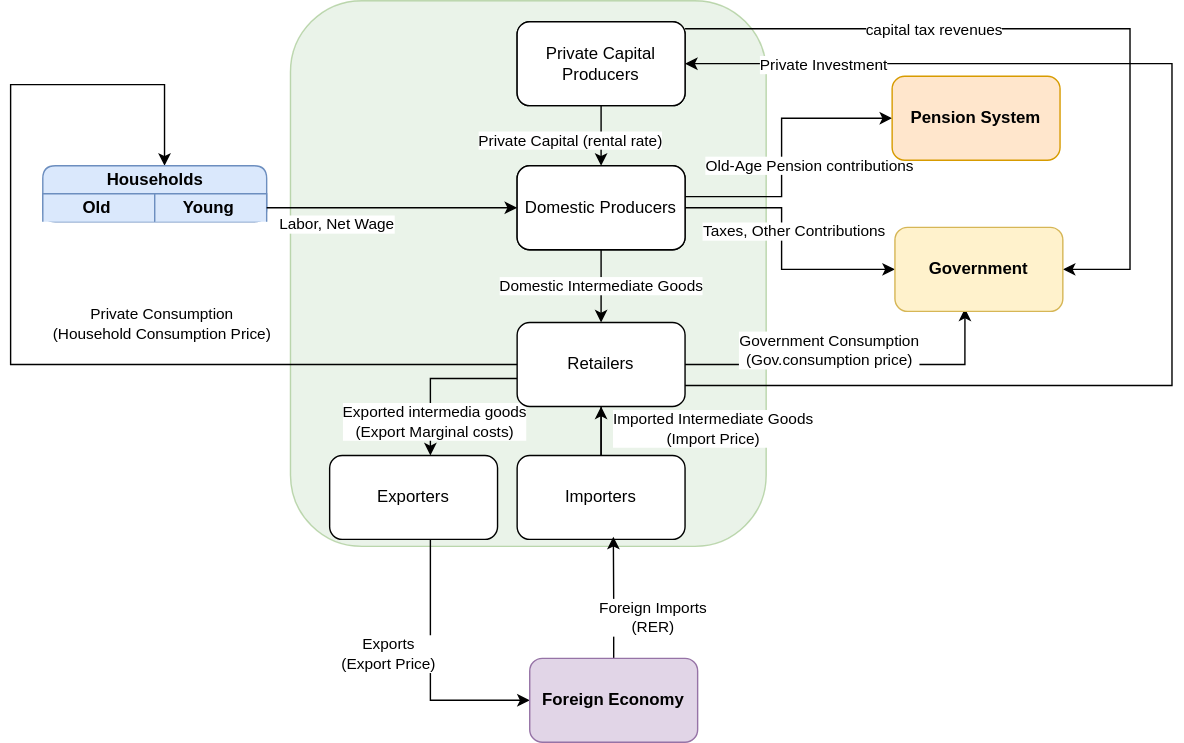
Before: ogre/firms_reduced.drawio.svg, a diagram exported from draw.io (zuzancek/schemes). Source tidied: cells renumbered, new cells last; positions are measured from the earlier drawing's top-left corner, leaving out a move shared by most shapes.
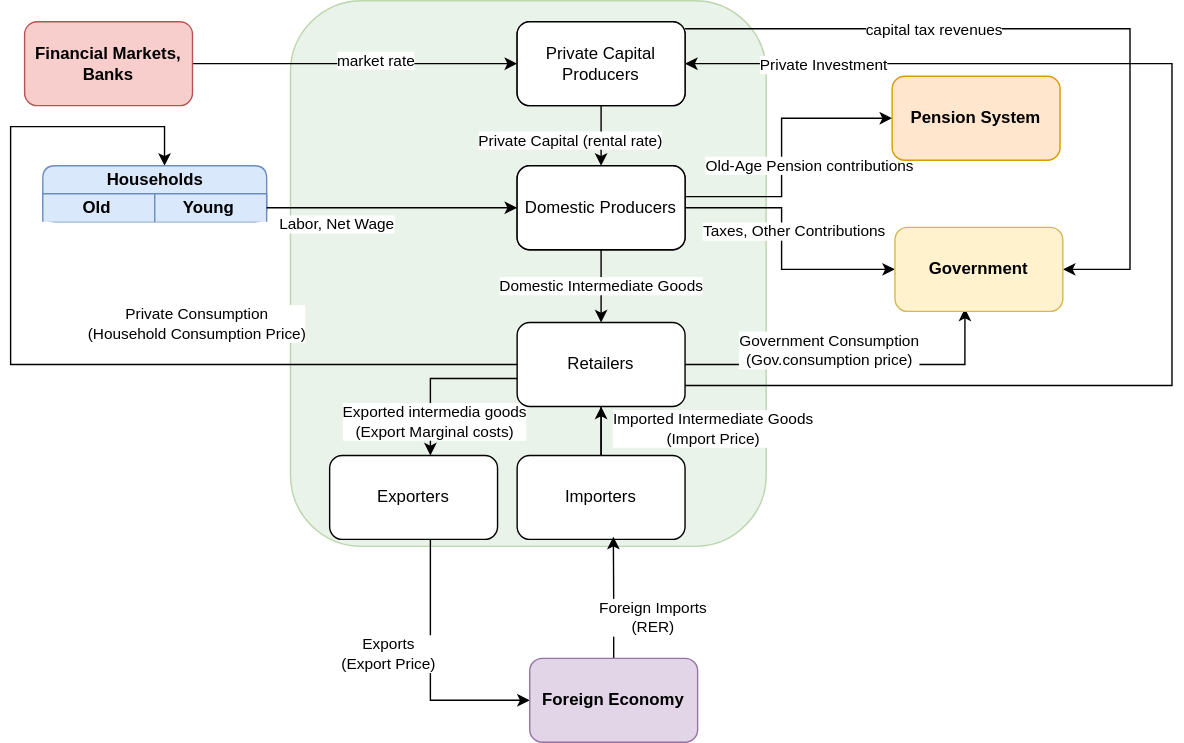
After the change.

The edit, as a diff of the source:
```diff
@@ -120,8 +120,8 @@
     <mxCell id="25" style="edgeStyle=orthogonalEdgeStyle;rounded=0;jettySize=auto;html=1;entryX=0;entryY=0.5;entryDx=0;entryDy=0;endArrow=none;endFill=0;startArrow=classic;startFill=1;" parent="1" edge="1" source="27" target="20">
       <mxGeometry relative="1" as="geometry">
         <Array as="points">
-          <mxPoint x="110" y="60" />
-          <mxPoint y="60" />
+          <mxPoint x="110" y="90" />
+          <mxPoint y="90" />
           <mxPoint y="260" />
         </Array>
       </mxGeometry>
@@ -149,11 +149,20 @@
     <mxCell id="32" value="Pension System" style="rounded=1;whiteSpace=wrap;html=1;fillColor=#ffe6cc;strokeColor=#d79b00;fontStyle=1;" parent="1" vertex="1">
       <mxGeometry x="630" y="54" width="120" height="60" as="geometry" />
     </mxCell>
+    <mxCell id="35" style="edgeStyle=orthogonalEdgeStyle;rounded=0;jettySize=auto;html=1;entryX=1;entryY=0.5;entryDx=0;entryDy=0;endArrow=none;endFill=0;startArrow=classic;startFill=1;" parent="1" edge="1" source="33" target="37">
+      <mxGeometry relative="1" as="geometry" />
+    </mxCell>
+    <mxCell id="36" value="market rate" style="edgeLabel;html=1;align=center;verticalAlign=middle;" parent="35" vertex="1">
+      <mxGeometry x="-0.12" y="-3" relative="1" as="geometry" />
+    </mxCell>
     <mxCell id="33" value="Private Capital Producers" style="rounded=1;whiteSpace=wrap;html=1;" parent="1" vertex="1">
       <mxGeometry x="362" y="15" width="120" height="60" as="geometry" />
     </mxCell>
     <mxCell id="34" value="Domestic Producers" style="rounded=1;whiteSpace=wrap;html=1;" parent="1" vertex="1">
       <mxGeometry x="362" y="118" width="120" height="60" as="geometry" />
     </mxCell>
+    <mxCell id="37" value="Financial Markets, Banks" style="rounded=1;whiteSpace=wrap;html=1;fillColor=#f8cecc;strokeColor=#b85450;fontStyle=1;" parent="1" vertex="1">
+      <mxGeometry x="10" y="15" width="120" height="60" as="geometry" />
+    </mxCell>
   </root>
 </mxGraphModel>
```
